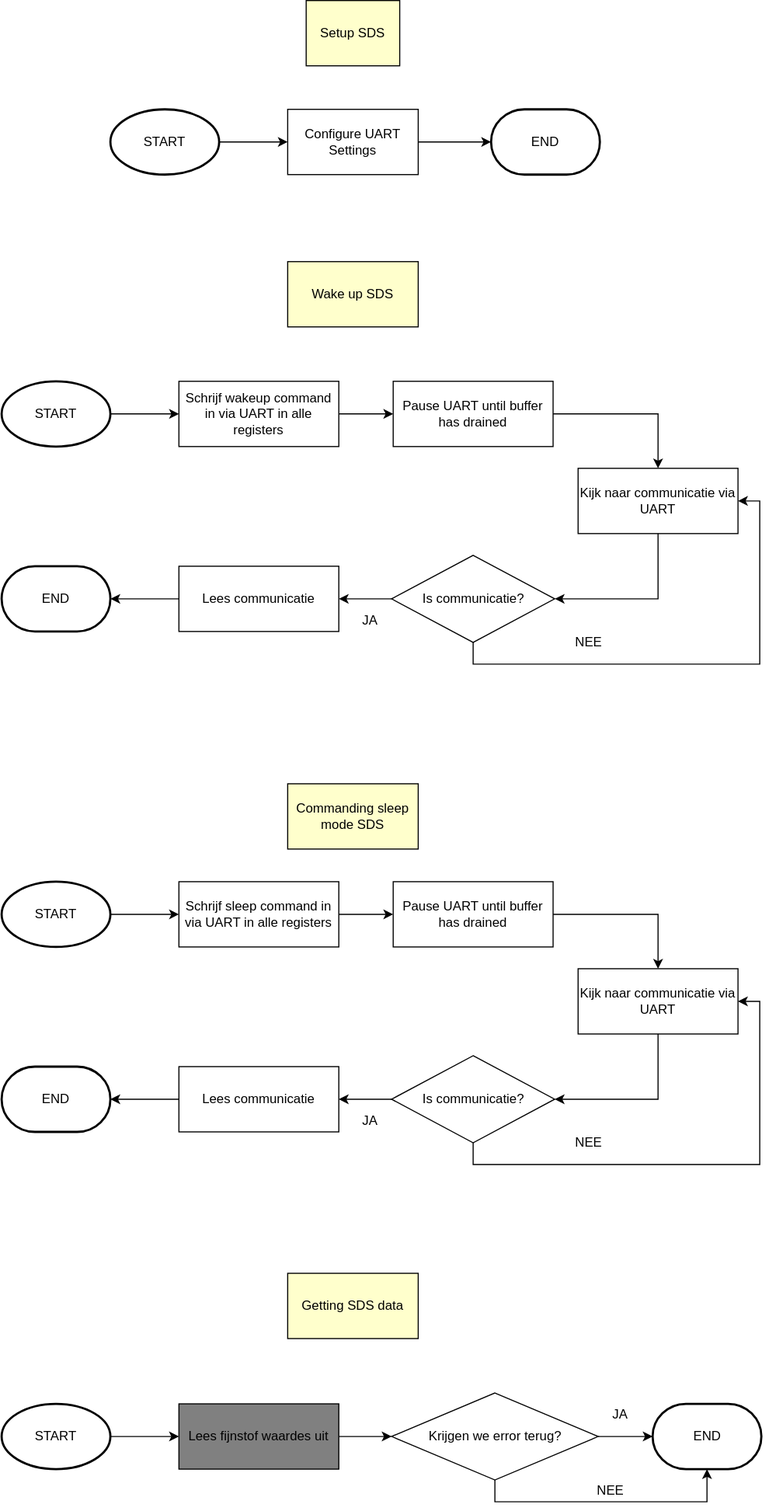
This is assets/FlowChart-SDS011.svg from 747oli/Luchtkwaliteitssensor_analyse, a draw.io export, as it was before one commit. Source tidied: cells renumbered, new cells last; positions are measured from the earlier drawing's top-left corner, leaving out a move shared by most shapes.
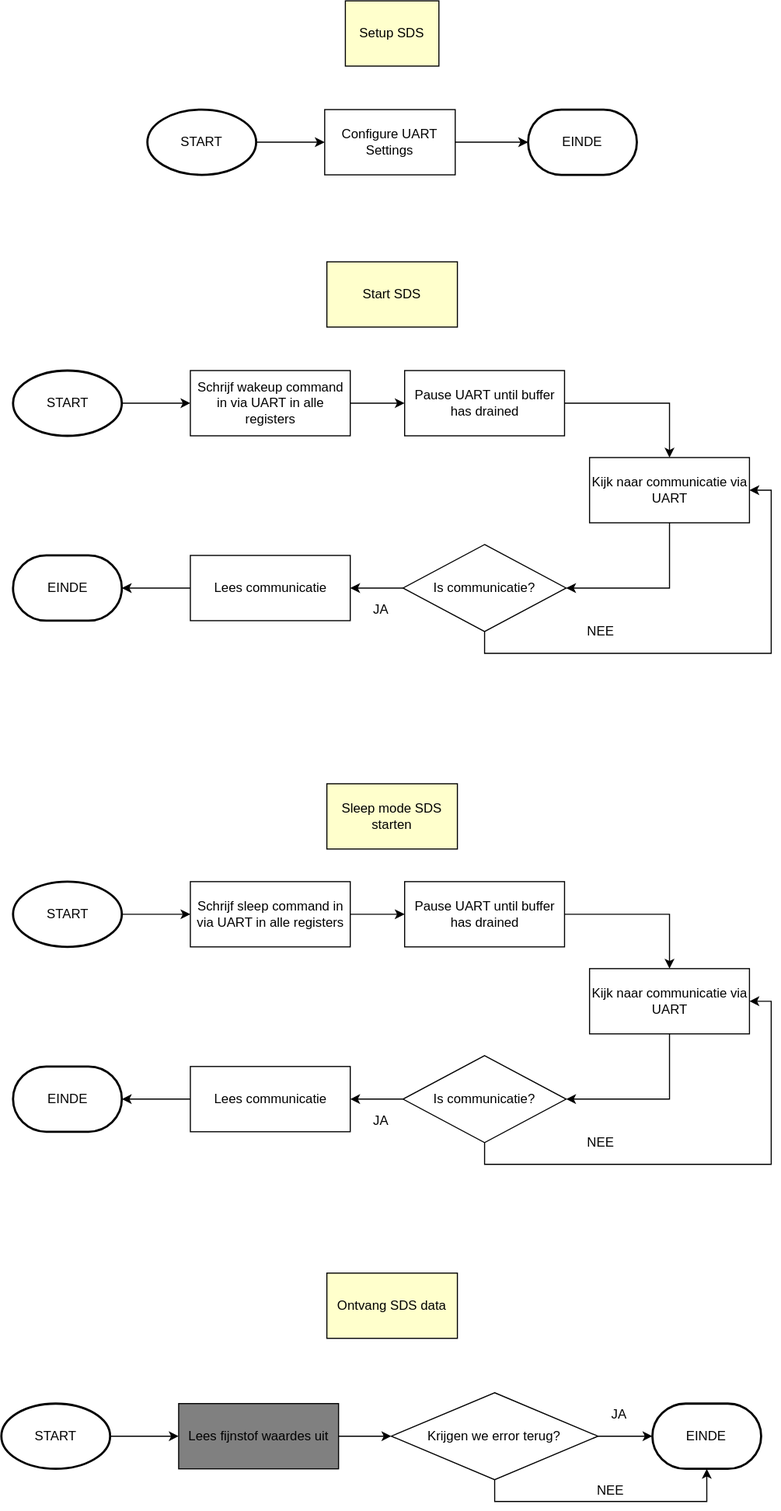
Above is the later version.

What changed in the source:
```diff
@@ -5,53 +5,53 @@
     <mxCell id="2" value="Setup SDS" style="rounded=0;whiteSpace=wrap;html=1;fillColor=#FFFFCC;" parent="1" vertex="1">
       <mxGeometry x="280" width="86" height="60" as="geometry" />
     </mxCell>
-    <mxCell id="3" value="Wake up SDS" style="rounded=0;whiteSpace=wrap;html=1;fillColor=#FFFFCC;" parent="1" vertex="1">
+    <mxCell id="3" value="Start SDS" style="rounded=0;whiteSpace=wrap;html=1;fillColor=#FFFFCC;" parent="1" vertex="1">
       <mxGeometry x="263" y="240" width="120" height="60" as="geometry" />
     </mxCell>
-    <mxCell id="4" value="Commanding sleep mode SDS" style="rounded=0;whiteSpace=wrap;html=1;fillColor=#FFFFCC;" parent="1" vertex="1">
+    <mxCell id="4" value="Sleep mode SDS starten" style="rounded=0;whiteSpace=wrap;html=1;fillColor=#FFFFCC;" parent="1" vertex="1">
       <mxGeometry x="263" y="720" width="120" height="60" as="geometry" />
     </mxCell>
-    <mxCell id="5" value="Getting SDS data" style="rounded=0;whiteSpace=wrap;html=1;fillColor=#FFFFCC;" parent="1" vertex="1">
+    <mxCell id="5" value="Ontvang SDS data" style="rounded=0;whiteSpace=wrap;html=1;fillColor=#FFFFCC;" parent="1" vertex="1">
       <mxGeometry x="263" y="1170" width="120" height="60" as="geometry" />
     </mxCell>
     <mxCell id="6" style="edgeStyle=orthogonalEdgeStyle;rounded=0;jettySize=auto;html=1;" parent="1" edge="1" source="7" target="10">
       <mxGeometry relative="1" as="geometry" />
     </mxCell>
     <mxCell id="7" value="Configure UART Settings" style="rounded=0;whiteSpace=wrap;html=1;" parent="1" vertex="1">
-      <mxGeometry x="263" y="100" width="120" height="60" as="geometry" />
+      <mxGeometry x="261" y="100" width="120" height="60" as="geometry" />
     </mxCell>
     <mxCell id="8" style="edgeStyle=orthogonalEdgeStyle;rounded=0;jettySize=auto;html=1;" parent="1" edge="1" source="9" target="7">
       <mxGeometry relative="1" as="geometry" />
     </mxCell>
     <mxCell id="9" value="START" style="strokeWidth=2;html=1;shape=mxgraph.flowchart.start_1;whiteSpace=wrap;" parent="1" vertex="1">
-      <mxGeometry x="100" y="100" width="100" height="60" as="geometry" />
+      <mxGeometry x="98" y="100" width="100" height="60" as="geometry" />
     </mxCell>
-    <mxCell id="10" value="END" style="strokeWidth=2;html=1;shape=mxgraph.flowchart.terminator;whiteSpace=wrap;" parent="1" vertex="1">
-      <mxGeometry x="450" y="100" width="100" height="60" as="geometry" />
+    <mxCell id="10" value="EINDE" style="strokeWidth=2;html=1;shape=mxgraph.flowchart.terminator;whiteSpace=wrap;" parent="1" vertex="1">
+      <mxGeometry x="448" y="100" width="100" height="60" as="geometry" />
     </mxCell>
     <mxCell id="11" style="edgeStyle=orthogonalEdgeStyle;rounded=0;jettySize=auto;html=1;" parent="1" edge="1" source="12" target="16">
       <mxGeometry relative="1" as="geometry" />
     </mxCell>
     <mxCell id="12" value="Schrijf wakeup command in via UART in alle registers" style="rounded=0;whiteSpace=wrap;html=1;" parent="1" vertex="1">
-      <mxGeometry x="163" y="350" width="147" height="60" as="geometry" />
+      <mxGeometry x="137.5" y="340" width="147" height="60" as="geometry" />
     </mxCell>
     <mxCell id="13" style="edgeStyle=orthogonalEdgeStyle;rounded=0;jettySize=auto;html=1;" parent="1" edge="1" source="14" target="12">
       <mxGeometry relative="1" as="geometry" />
     </mxCell>
     <mxCell id="14" value="START" style="strokeWidth=2;html=1;shape=mxgraph.flowchart.start_1;whiteSpace=wrap;" parent="1" vertex="1">
-      <mxGeometry y="350" width="100" height="60" as="geometry" />
+      <mxGeometry x="-25.5" y="340" width="100" height="60" as="geometry" />
     </mxCell>
     <mxCell id="15" style="edgeStyle=orthogonalEdgeStyle;rounded=0;jettySize=auto;html=1;exitX=1;exitY=0.5;exitDx=0;exitDy=0;entryX=0.5;entryY=0;entryDx=0;entryDy=0;" parent="1" edge="1" source="16" target="18">
       <mxGeometry relative="1" as="geometry" />
     </mxCell>
     <mxCell id="16" value="Pause UART until buffer has drained" style="rounded=0;whiteSpace=wrap;html=1;" parent="1" vertex="1">
-      <mxGeometry x="360" y="350" width="147" height="60" as="geometry" />
+      <mxGeometry x="334.5" y="340" width="147" height="60" as="geometry" />
     </mxCell>
     <mxCell id="17" style="edgeStyle=orthogonalEdgeStyle;rounded=0;jettySize=auto;html=1;exitX=0.5;exitY=1;exitDx=0;exitDy=0;entryX=1;entryY=0.5;entryDx=0;entryDy=0;" parent="1" edge="1" source="18" target="21">
       <mxGeometry relative="1" as="geometry" />
     </mxCell>
     <mxCell id="18" value="Kijk naar communicatie via UART" style="rounded=0;whiteSpace=wrap;html=1;" parent="1" vertex="1">
-      <mxGeometry x="530" y="430" width="147" height="60" as="geometry" />
+      <mxGeometry x="504.5" y="420" width="147" height="60" as="geometry" />
     </mxCell>
     <mxCell id="19" style="edgeStyle=orthogonalEdgeStyle;rounded=0;jettySize=auto;html=1;exitX=0.5;exitY=1;exitDx=0;exitDy=0;entryX=1;entryY=0.5;entryDx=0;entryDy=0;" parent="1" edge="1" source="21" target="18">
       <mxGeometry relative="1" as="geometry" />
@@ -60,46 +60,46 @@
       <mxGeometry relative="1" as="geometry" />
     </mxCell>
     <mxCell id="21" value="Is communicatie?" style="rhombus;whiteSpace=wrap;html=1;" parent="1" vertex="1">
-      <mxGeometry x="358.5" y="510" width="150" height="80" as="geometry" />
+      <mxGeometry x="333" y="500" width="150" height="80" as="geometry" />
     </mxCell>
     <mxCell id="22" style="edgeStyle=orthogonalEdgeStyle;rounded=0;jettySize=auto;html=1;" parent="1" edge="1" source="23" target="24">
       <mxGeometry relative="1" as="geometry" />
     </mxCell>
     <mxCell id="23" value="Lees communicatie" style="rounded=0;whiteSpace=wrap;html=1;" parent="1" vertex="1">
-      <mxGeometry x="163" y="520" width="147" height="60" as="geometry" />
+      <mxGeometry x="137.5" y="510" width="147" height="60" as="geometry" />
     </mxCell>
-    <mxCell id="24" value="END" style="strokeWidth=2;html=1;shape=mxgraph.flowchart.terminator;whiteSpace=wrap;" parent="1" vertex="1">
-      <mxGeometry y="520" width="100" height="60" as="geometry" />
+    <mxCell id="24" value="EINDE" style="strokeWidth=2;html=1;shape=mxgraph.flowchart.terminator;whiteSpace=wrap;" parent="1" vertex="1">
+      <mxGeometry x="-25.5" y="510" width="100" height="60" as="geometry" />
     </mxCell>
     <mxCell id="25" value="JA" style="text;html=1;strokeColor=none;fillColor=none;align=center;verticalAlign=middle;whiteSpace=wrap;rounded=0;" parent="1" vertex="1">
-      <mxGeometry x="318.5" y="560" width="40" height="20" as="geometry" />
+      <mxGeometry x="293" y="550" width="40" height="20" as="geometry" />
     </mxCell>
     <mxCell id="26" value="NEE" style="text;html=1;strokeColor=none;fillColor=none;align=center;verticalAlign=middle;whiteSpace=wrap;rounded=0;" parent="1" vertex="1">
-      <mxGeometry x="520" y="580" width="40" height="20" as="geometry" />
+      <mxGeometry x="494.5" y="570" width="40" height="20" as="geometry" />
     </mxCell>
     <mxCell id="27" style="edgeStyle=orthogonalEdgeStyle;rounded=0;jettySize=auto;html=1;" parent="1" edge="1" source="28" target="32">
       <mxGeometry relative="1" as="geometry" />
     </mxCell>
     <mxCell id="28" value="Schrijf sleep command in via UART in alle registers" style="rounded=0;whiteSpace=wrap;html=1;" parent="1" vertex="1">
-      <mxGeometry x="163" y="810" width="147" height="60" as="geometry" />
+      <mxGeometry x="137.5" y="810" width="147" height="60" as="geometry" />
     </mxCell>
     <mxCell id="29" style="edgeStyle=orthogonalEdgeStyle;rounded=0;jettySize=auto;html=1;" parent="1" edge="1" source="30" target="28">
       <mxGeometry relative="1" as="geometry" />
     </mxCell>
     <mxCell id="30" value="START" style="strokeWidth=2;html=1;shape=mxgraph.flowchart.start_1;whiteSpace=wrap;" parent="1" vertex="1">
-      <mxGeometry y="810" width="100" height="60" as="geometry" />
+      <mxGeometry x="-25.5" y="810" width="100" height="60" as="geometry" />
     </mxCell>
     <mxCell id="31" style="edgeStyle=orthogonalEdgeStyle;rounded=0;jettySize=auto;html=1;exitX=1;exitY=0.5;exitDx=0;exitDy=0;entryX=0.5;entryY=0;entryDx=0;entryDy=0;" parent="1" edge="1" source="32" target="34">
       <mxGeometry relative="1" as="geometry" />
     </mxCell>
     <mxCell id="32" value="Pause UART until buffer has drained" style="rounded=0;whiteSpace=wrap;html=1;" parent="1" vertex="1">
-      <mxGeometry x="360" y="810" width="147" height="60" as="geometry" />
+      <mxGeometry x="334.5" y="810" width="147" height="60" as="geometry" />
     </mxCell>
     <mxCell id="33" style="edgeStyle=orthogonalEdgeStyle;rounded=0;jettySize=auto;html=1;exitX=0.5;exitY=1;exitDx=0;exitDy=0;entryX=1;entryY=0.5;entryDx=0;entryDy=0;" parent="1" edge="1" source="34" target="37">
       <mxGeometry relative="1" as="geometry" />
     </mxCell>
     <mxCell id="34" value="Kijk naar communicatie via UART" style="rounded=0;whiteSpace=wrap;html=1;" parent="1" vertex="1">
-      <mxGeometry x="530" y="890" width="147" height="60" as="geometry" />
+      <mxGeometry x="504.5" y="890" width="147" height="60" as="geometry" />
     </mxCell>
     <mxCell id="35" style="edgeStyle=orthogonalEdgeStyle;rounded=0;jettySize=auto;html=1;exitX=0.5;exitY=1;exitDx=0;exitDy=0;entryX=1;entryY=0.5;entryDx=0;entryDy=0;" parent="1" edge="1" source="37" target="34">
       <mxGeometry relative="1" as="geometry" />
@@ -108,34 +108,34 @@
       <mxGeometry relative="1" as="geometry" />
     </mxCell>
     <mxCell id="37" value="Is communicatie?" style="rhombus;whiteSpace=wrap;html=1;" parent="1" vertex="1">
-      <mxGeometry x="358.5" y="970" width="150" height="80" as="geometry" />
+      <mxGeometry x="333" y="970" width="150" height="80" as="geometry" />
     </mxCell>
     <mxCell id="38" style="edgeStyle=orthogonalEdgeStyle;rounded=0;jettySize=auto;html=1;" parent="1" edge="1" source="39" target="40">
       <mxGeometry relative="1" as="geometry" />
     </mxCell>
     <mxCell id="39" value="Lees communicatie" style="rounded=0;whiteSpace=wrap;html=1;" parent="1" vertex="1">
-      <mxGeometry x="163" y="980" width="147" height="60" as="geometry" />
+      <mxGeometry x="137.5" y="980" width="147" height="60" as="geometry" />
     </mxCell>
-    <mxCell id="40" value="END" style="strokeWidth=2;html=1;shape=mxgraph.flowchart.terminator;whiteSpace=wrap;" parent="1" vertex="1">
-      <mxGeometry y="980" width="100" height="60" as="geometry" />
+    <mxCell id="40" value="EINDE" style="strokeWidth=2;html=1;shape=mxgraph.flowchart.terminator;whiteSpace=wrap;" parent="1" vertex="1">
+      <mxGeometry x="-25.5" y="980" width="100" height="60" as="geometry" />
     </mxCell>
     <mxCell id="41" value="JA" style="text;html=1;strokeColor=none;fillColor=none;align=center;verticalAlign=middle;whiteSpace=wrap;rounded=0;" parent="1" vertex="1">
-      <mxGeometry x="318.5" y="1020" width="40" height="20" as="geometry" />
+      <mxGeometry x="293" y="1020" width="40" height="20" as="geometry" />
     </mxCell>
     <mxCell id="42" value="NEE" style="text;html=1;strokeColor=none;fillColor=none;align=center;verticalAlign=middle;whiteSpace=wrap;rounded=0;" parent="1" vertex="1">
-      <mxGeometry x="520" y="1040" width="40" height="20" as="geometry" />
+      <mxGeometry x="494.5" y="1040" width="40" height="20" as="geometry" />
     </mxCell>
     <mxCell id="43" style="edgeStyle=orthogonalEdgeStyle;rounded=0;jettySize=auto;html=1;" parent="1" edge="1" source="44" target="46">
       <mxGeometry relative="1" as="geometry" />
     </mxCell>
     <mxCell id="44" value="START" style="strokeWidth=2;html=1;shape=mxgraph.flowchart.start_1;whiteSpace=wrap;" parent="1" vertex="1">
-      <mxGeometry y="1290" width="100" height="60" as="geometry" />
+      <mxGeometry x="-36.2" y="1290" width="100" height="60" as="geometry" />
     </mxCell>
     <mxCell id="45" style="edgeStyle=orthogonalEdgeStyle;rounded=0;jettySize=auto;html=1;" parent="1" edge="1" source="46" target="49">
       <mxGeometry relative="1" as="geometry" />
     </mxCell>
     <mxCell id="46" value="Lees fijnstof waardes uit" style="rounded=0;whiteSpace=wrap;html=1;fillColor=#808080;" parent="1" vertex="1">
-      <mxGeometry x="163" y="1290" width="147" height="60" as="geometry" />
+      <mxGeometry x="126.8" y="1290" width="147" height="60" as="geometry" />
     </mxCell>
     <mxCell id="47" style="edgeStyle=orthogonalEdgeStyle;rounded=0;jettySize=auto;html=1;" parent="1" edge="1" source="49" target="50">
       <mxGeometry relative="1" as="geometry" />
@@ -144,16 +144,16 @@
       <mxGeometry relative="1" as="geometry" />
     </mxCell>
     <mxCell id="49" value="Krijgen we error terug?" style="rhombus;whiteSpace=wrap;html=1;" parent="1" vertex="1">
-      <mxGeometry x="358.5" y="1280" width="190" height="80" as="geometry" />
+      <mxGeometry x="322.2" y="1280" width="190" height="80" as="geometry" />
     </mxCell>
-    <mxCell id="50" value="END" style="strokeWidth=2;html=1;shape=mxgraph.flowchart.terminator;whiteSpace=wrap;" parent="1" vertex="1">
-      <mxGeometry x="598.5" y="1290" width="100" height="60" as="geometry" />
+    <mxCell id="50" value="EINDE" style="strokeWidth=2;html=1;shape=mxgraph.flowchart.terminator;whiteSpace=wrap;" parent="1" vertex="1">
+      <mxGeometry x="562.2" y="1290" width="100" height="60" as="geometry" />
     </mxCell>
     <mxCell id="51" value="NEE" style="text;html=1;strokeColor=none;fillColor=none;align=center;verticalAlign=middle;whiteSpace=wrap;rounded=0;" parent="1" vertex="1">
-      <mxGeometry x="540" y="1360" width="40" height="20" as="geometry" />
+      <mxGeometry x="503.8" y="1360" width="40" height="20" as="geometry" />
     </mxCell>
     <mxCell id="52" value="JA" style="text;html=1;strokeColor=none;fillColor=none;align=center;verticalAlign=middle;whiteSpace=wrap;rounded=0;" parent="1" vertex="1">
-      <mxGeometry x="548.5" y="1290" width="40" height="20" as="geometry" />
+      <mxGeometry x="512.2" y="1290" width="40" height="20" as="geometry" />
     </mxCell>
   </root>
 </mxGraphModel>
```
